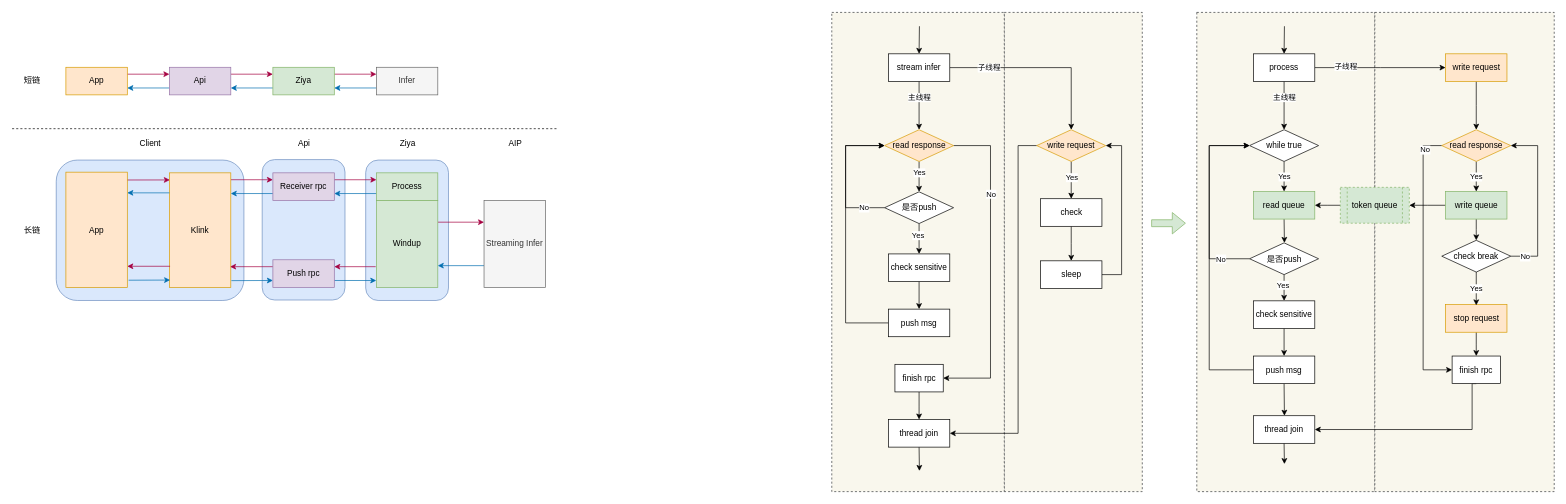
This is qa.drawio from AmaniCheung/draw.io, a draw.io file, before an edit. Source tidied: cells renumbered, new cells numbered last; positions are measured from the earlier drawing's top-left corner, leaving out a move shared by most shapes. Both pictures are drawn from the tidied source at 69%, with x=0, y=0 at pixel (12, 12).
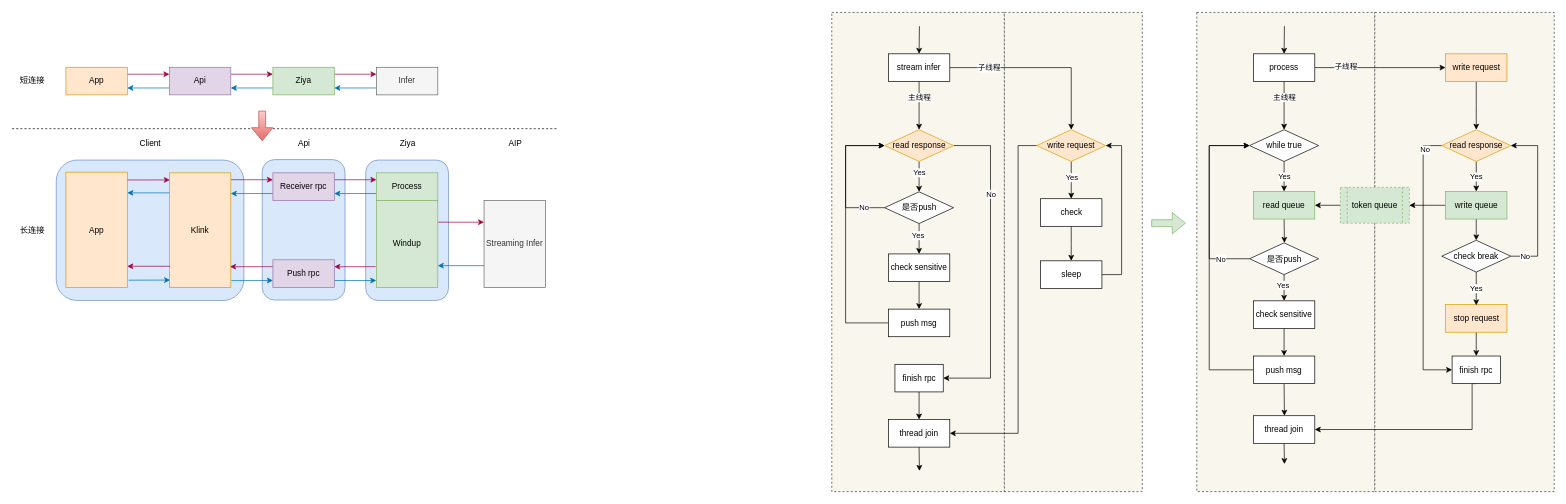
The same page after the edit.

Change to the diagram source:
```diff
@@
-    <mxCell id="44" value="短链" style="text;html=1;align=center;verticalAlign=middle;strokeColor=none;fillColor=none;" parent="1" vertex="1">
-      <mxGeometry x="8" y="86" width="42" height="26" as="geometry" />
+    <mxCell id="44" value="短连接" style="text;html=1;align=center;verticalAlign=middle;strokeColor=none;fillColor=none;" parent="1" vertex="1">
+      <mxGeometry x="2" y="86" width="54" height="26" as="geometry" />
     </mxCell>
-    <mxCell id="45" value="长链" style="text;html=1;align=center;verticalAlign=middle;strokeColor=none;fillColor=none;" parent="1" vertex="1">
-      <mxGeometry x="8" y="302.2" width="42" height="26" as="geometry" />
+    <mxCell id="45" value="长连接" style="text;html=1;align=center;verticalAlign=middle;strokeColor=none;fillColor=none;" parent="1" vertex="1">
+      <mxGeometry x="2" y="302.2" width="54" height="26" as="geometry" />
     </mxCell>
@@
+    <mxCell id="122" style="shape=flexArrow;endArrow=classic;html=1;rounded=0;fillColor=#f8cecc;strokeColor=#b85450;gradientColor=#ea6b66;" parent="1" edge="1">
+      <mxGeometry relative="1" as="geometry">
+        <mxPoint x="362.5" y="142" as="sourcePoint" />
+        <mxPoint x="362.5" y="186" as="targetPoint" />
+      </mxGeometry>
+    </mxCell>
```
